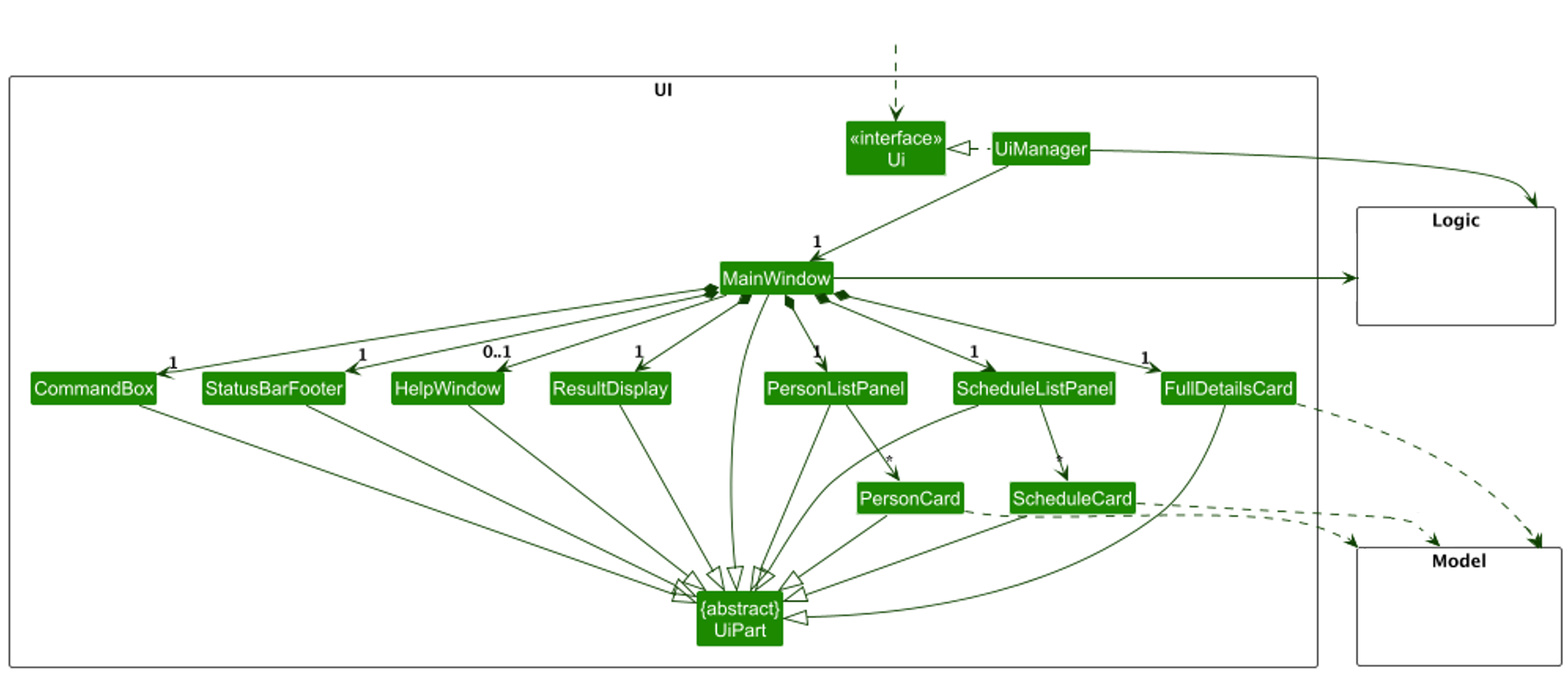
Before: docs/images/UiClassDiagram.png, a diagram exported from PlantUML (ho-thanh-und/tp). Its source is kept beside it as docs/diagrams/UiClassDiagram.puml. Source of this version:
```plantuml
@startuml
!include style.puml
skinparam arrowThickness 1.1
skinparam arrowColor UI_COLOR_T4
skinparam classBackgroundColor UI_COLOR

package UI <<Rectangle>>{
Class "<<interface>>\nUi" as Ui
Class "{abstract}\nUiPart" as UiPart
Class UiManager
Class MainWindow
Class HelpWindow
Class ResultDisplay
Class PersonListPanel
Class PersonCard
Class StatusBarFooter
Class CommandBox
Class FullDetailsCard
Class ScheduleCard
Class ScheduleListPanel
}

package Model <<Rectangle>> {
Class HiddenModel #FFFFFF
}

package Logic <<Rectangle>> {
Class HiddenLogic #FFFFFF
}

Class HiddenOutside #FFFFFF
HiddenOutside ..> Ui

UiManager .left.|> Ui
UiManager -down-> "1" MainWindow
MainWindow *-down->  "1" CommandBox
MainWindow *-down-> "1" ResultDisplay
MainWindow *-down-> "1" PersonListPanel
MainWindow *-down-> "1" StatusBarFooter
MainWindow *-down-> "1" FullDetailsCard
MainWindow *-down-> "1" ScheduleListPanel
MainWindow --> "0..1" HelpWindow

PersonListPanel -down-> "*" PersonCard
ScheduleListPanel -down-> "*" ScheduleCard

MainWindow -left-|> UiPart

FullDetailsCard --|> UiPart
ResultDisplay --|> UiPart
CommandBox --|> UiPart
PersonListPanel --|> UiPart
PersonCard --|> UiPart
StatusBarFooter --|> UiPart
HelpWindow --|> UiPart
ScheduleCard --|> UiPart
ScheduleListPanel --|> UiPart

PersonCard ..> HiddenModel
FullDetailsCard .> Model
ScheduleCard ..> Model
MainWindow -right-> HiddenLogic
UiManager -up-> Logic

ScheduleListPanel -[hidden]left- PersonListPanel
FullDetailsCard -[hidden]left- ScheduleListPanel
PersonListPanel -[hidden]left- HelpWindow
HelpWindow -[hidden]left- CommandBox
CommandBox -[hidden]left- ResultDisplay
ResultDisplay -[hidden]left- StatusBarFooter

@enduml
```
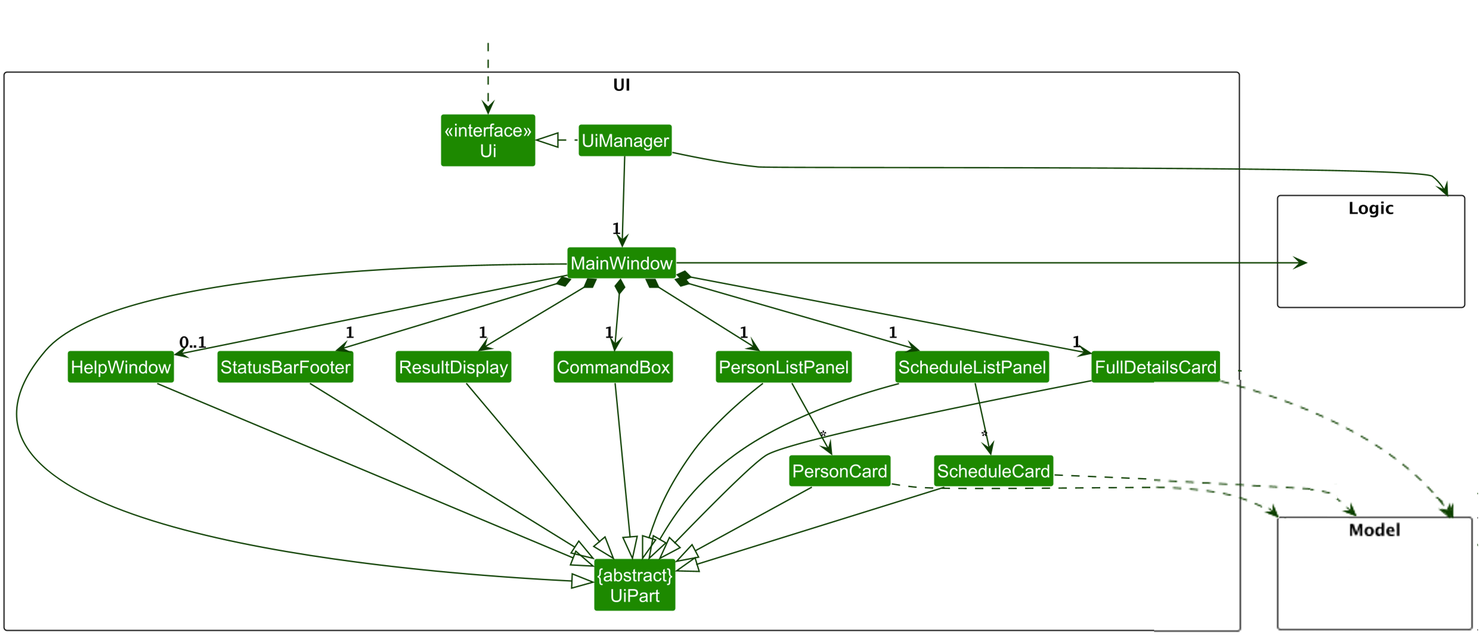
After the change.

Commit message:
Improve ordering of arrows in diagram

What changed in the source:
```diff
@@ -10,14 +10,17 @@
 Class UiManager
 Class MainWindow
 Class HelpWindow
+Class StatusBarFooter
 Class ResultDisplay
+Class CommandBox
 Class PersonListPanel
 Class PersonCard
-Class StatusBarFooter
-Class CommandBox
 Class FullDetailsCard
 Class ScheduleCard
 Class ScheduleListPanel
+Class HiddenBox #FFFFFF
+Class HiddenBox2 #FFFFFF
+Class HiddenBox3 #FFFFFF
 }
 
 package Model <<Rectangle>> {
@@ -31,15 +34,18 @@
 Class HiddenOutside #FFFFFF
 HiddenOutside ..> Ui
 
+Class HiddenOutside2 #FFFFFF
+Class HiddenOutside3 #FFFFFF
+
 UiManager .left.|> Ui
 UiManager -down-> "1" MainWindow
-MainWindow *-down->  "1" CommandBox
+MainWindow --> "0..1" HelpWindow
+MainWindow *-down-> "1" StatusBarFooter
 MainWindow *-down-> "1" ResultDisplay
+MainWindow *-down-> "1" CommandBox
+MainWindow *-down-> "1" ScheduleListPanel
 MainWindow *-down-> "1" PersonListPanel
-MainWindow *-down-> "1" StatusBarFooter
 MainWindow *-down-> "1" FullDetailsCard
-MainWindow *-down-> "1" ScheduleListPanel
-MainWindow --> "0..1" HelpWindow
 
 PersonListPanel -down-> "*" PersonCard
 ScheduleListPanel -down-> "*" ScheduleCard
@@ -57,16 +63,19 @@
 ScheduleListPanel --|> UiPart
 
 PersonCard ..> HiddenModel
-FullDetailsCard .> Model
+FullDetailsCard ..> Model
 ScheduleCard ..> Model
 MainWindow -right-> HiddenLogic
-UiManager -up-> Logic
+UiManager -right-> Logic
 
+FullDetailsCard -[hidden]left- ScheduleListPanel
 ScheduleListPanel -[hidden]left- PersonListPanel
-FullDetailsCard -[hidden]left- ScheduleListPanel
-PersonListPanel -[hidden]left- HelpWindow
-HelpWindow -[hidden]left- CommandBox
+PersonListPanel -[hidden]left- CommandBox
 CommandBox -[hidden]left- ResultDisplay
 ResultDisplay -[hidden]left- StatusBarFooter
+StatusBarFooter -[hidden]left- HelpWindow
+
+HiddenOutside3 -[hidden]down- HiddenBox3
+PersonCard -[hidden]down- HiddenOutside2
 
 @enduml
```
